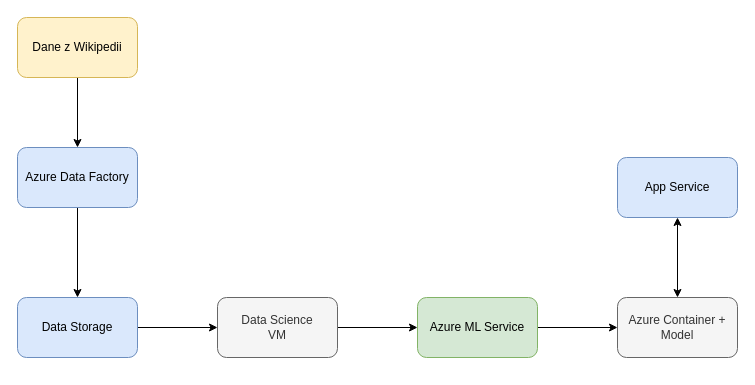
Earlier version of the draw.io diagram docs/AzureProjektArchitektury.drawio (MateuszKalata/AzureProject). Source tidied: cells renumbered, new cells numbered last; positions are measured from the earlier drawing's top-left corner, leaving out a move shared by most shapes. Both pictures are drawn from the tidied source at 100%, with x=0, y=0 at pixel (17, 17).
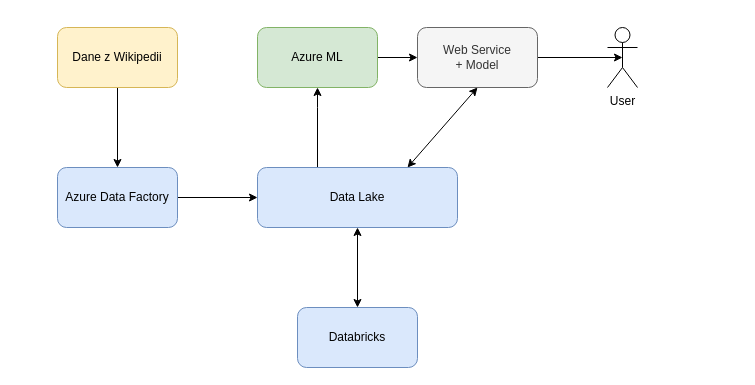
The same diagram, later.

What changed in the source:
```diff
@@
 <mxGraphModel>
   <root>
     <mxCell id="0" />
     <mxCell id="1" parent="0" />
-    <mxCell id="2" value="App Service" style="rounded=1;whiteSpace=wrap;html=1;fillColor=#dae8fc;strokeColor=#6c8ebf;" parent="1" vertex="1">
-      <mxGeometry x="600" y="140" width="120" height="60" as="geometry" />
-    </mxCell>
-    <mxCell id="3" style="edgeStyle=orthogonalEdgeStyle;rounded=0;jettySize=auto;html=1;" parent="1" edge="1" source="4" target="9">
-      <mxGeometry relative="1" as="geometry" />
-    </mxCell>
-    <mxCell id="4" value="Azure ML Service" style="rounded=1;whiteSpace=wrap;html=1;fillColor=#d5e8d4;strokeColor=#82b366;" parent="1" vertex="1">
-      <mxGeometry x="400" y="280" width="120" height="60" as="geometry" />
-    </mxCell>
-    <mxCell id="5" style="edgeStyle=orthogonalEdgeStyle;rounded=0;jettySize=auto;html=1;" parent="1" edge="1" source="6" target="13">
-      <mxGeometry relative="1" as="geometry" />
-    </mxCell>
+    <mxCell id="15" style="edgeStyle=orthogonalEdgeStyle;rounded=0;jettySize=auto;html=1;entryX=0;entryY=0.5;entryDx=0;entryDy=0;" parent="1" edge="1" source="16" target="20">
+      <mxGeometry relative="1" as="geometry" />
+    </mxCell>
+    <mxCell id="16" value="Azure ML" style="rounded=1;whiteSpace=wrap;html=1;fillColor=#d5e8d4;strokeColor=#82b366;" parent="1" vertex="1">
+      <mxGeometry x="240" y="10" width="120" height="60" as="geometry" />
+    </mxCell>
+    <mxCell id="17" style="edgeStyle=orthogonalEdgeStyle;rounded=0;jettySize=auto;html=1;" parent="1" edge="1" source="6" target="21">
+      <mxGeometry relative="1" as="geometry" />
+    </mxCell>
     <mxCell id="6" value="Azure Data Factory" style="rounded=1;whiteSpace=wrap;html=1;fillColor=#dae8fc;strokeColor=#6c8ebf;" parent="1" vertex="1">
-      <mxGeometry y="130" width="120" height="60" as="geometry" />
+      <mxGeometry x="40" y="150" width="120" height="60" as="geometry" />
     </mxCell>
-    <mxCell id="7" style="edgeStyle=orthogonalEdgeStyle;rounded=0;jettySize=auto;html=1;entryX=0;entryY=0.5;entryDx=0;entryDy=0;" parent="1" edge="1" source="8" target="4">
-      <mxGeometry relative="1" as="geometry" />
-    </mxCell>
-    <mxCell id="8" value="Data Science&lt;br&gt;VM" style="whiteSpace=wrap;html=1;rounded=1;fillColor=#f5f5f5;strokeColor=#666666;fontColor=#333333;" parent="1" vertex="1">
-      <mxGeometry x="200" y="280" width="120" height="60" as="geometry" />
-    </mxCell>
-    <mxCell id="9" value="Azure Container + Model" style="whiteSpace=wrap;html=1;rounded=1;fillColor=#f5f5f5;strokeColor=#666666;fontColor=#333333;" parent="1" vertex="1">
-      <mxGeometry x="600" y="280" width="120" height="60" as="geometry" />
-    </mxCell>
+    <mxCell id="18" style="edgeStyle=orthogonalEdgeStyle;rounded=0;jettySize=auto;html=1;entryX=0.5;entryY=1;entryDx=0;entryDy=0;exitX=0.5;exitY=0;exitDx=0;exitDy=0;" parent="1" edge="1" source="21" target="16">
+      <mxGeometry relative="1" as="geometry">
+        <Array as="points">
+          <mxPoint x="300" y="90" />
+          <mxPoint x="300" y="90" />
+        </Array>
+      </mxGeometry>
+    </mxCell>
+    <mxCell id="19" style="edgeStyle=orthogonalEdgeStyle;rounded=0;jettySize=auto;html=1;entryX=0.5;entryY=0.5;entryDx=0;entryDy=0;entryPerimeter=0;" parent="1" edge="1" source="20" target="25">
+      <mxGeometry relative="1" as="geometry" />
+    </mxCell>
+    <mxCell id="20" value="Web Service&lt;br&gt;+ Model" style="whiteSpace=wrap;html=1;rounded=1;fillColor=#f5f5f5;strokeColor=#666666;fontColor=#333333;" parent="1" vertex="1">
+      <mxGeometry x="400" y="10" width="120" height="60" as="geometry" />
+    </mxCell>
     <mxCell id="10" style="edgeStyle=orthogonalEdgeStyle;rounded=0;jettySize=auto;html=1;" parent="1" edge="1" source="11" target="6">
       <mxGeometry relative="1" as="geometry" />
     </mxCell>
     <mxCell id="11" value="Dane z Wikipedii" style="rounded=1;whiteSpace=wrap;html=1;fillColor=#fff2cc;strokeColor=#d6b656;" parent="1" vertex="1">
-      <mxGeometry width="120" height="60" as="geometry" />
+      <mxGeometry x="40" y="10" width="120" height="60" as="geometry" />
     </mxCell>
-    <mxCell id="12" style="edgeStyle=orthogonalEdgeStyle;rounded=0;jettySize=auto;html=1;" parent="1" edge="1" source="13" target="8">
-      <mxGeometry relative="1" as="geometry" />
-    </mxCell>
-    <mxCell id="13" value="Data Storage" style="whiteSpace=wrap;html=1;rounded=1;fillColor=#dae8fc;strokeColor=#6c8ebf;" parent="1" vertex="1">
-      <mxGeometry y="280" width="120" height="60" as="geometry" />
-    </mxCell>
-    <mxCell id="14" style="endArrow=classic;startArrow=classic;html=1;entryX=0.5;entryY=1;entryDx=0;entryDy=0;exitX=0.5;exitY=0;exitDx=0;exitDy=0;" parent="1" edge="1" source="9" target="2">
-      <mxGeometry relative="1" as="geometry" />
-    </mxCell>
+    <mxCell id="21" value="Data Lake" style="whiteSpace=wrap;html=1;rounded=1;fillColor=#dae8fc;strokeColor=#6c8ebf;" parent="1" vertex="1">
+      <mxGeometry x="240" y="150" width="200" height="60" as="geometry" />
+    </mxCell>
+    <mxCell id="22" value="Databricks" style="whiteSpace=wrap;html=1;rounded=1;fillColor=#dae8fc;strokeColor=#6c8ebf;" parent="1" vertex="1">
+      <mxGeometry x="280" y="290" width="120" height="60" as="geometry" />
+    </mxCell>
+    <mxCell id="23" style="endArrow=classic;startArrow=classic;html=1;exitX=0.75;exitY=0;exitDx=0;exitDy=0;entryX=0.5;entryY=1;entryDx=0;entryDy=0;" parent="1" edge="1" source="21" target="20">
+      <mxGeometry relative="1" as="geometry" />
+    </mxCell>
+    <mxCell id="24" style="endArrow=classic;startArrow=classic;html=1;entryX=0.5;entryY=1;entryDx=0;entryDy=0;exitX=0.5;exitY=0;exitDx=0;exitDy=0;" parent="1" edge="1" source="22" target="21">
+      <mxGeometry relative="1" as="geometry" />
+    </mxCell>
+    <mxCell id="25" value="User" style="shape=umlActor;verticalLabelPosition=bottom;verticalAlign=top;html=1;outlineConnect=0;" parent="1" vertex="1">
+      <mxGeometry x="590" y="10" width="30" height="60" as="geometry" />
+    </mxCell>
   </root>
 </mxGraphModel>
```
